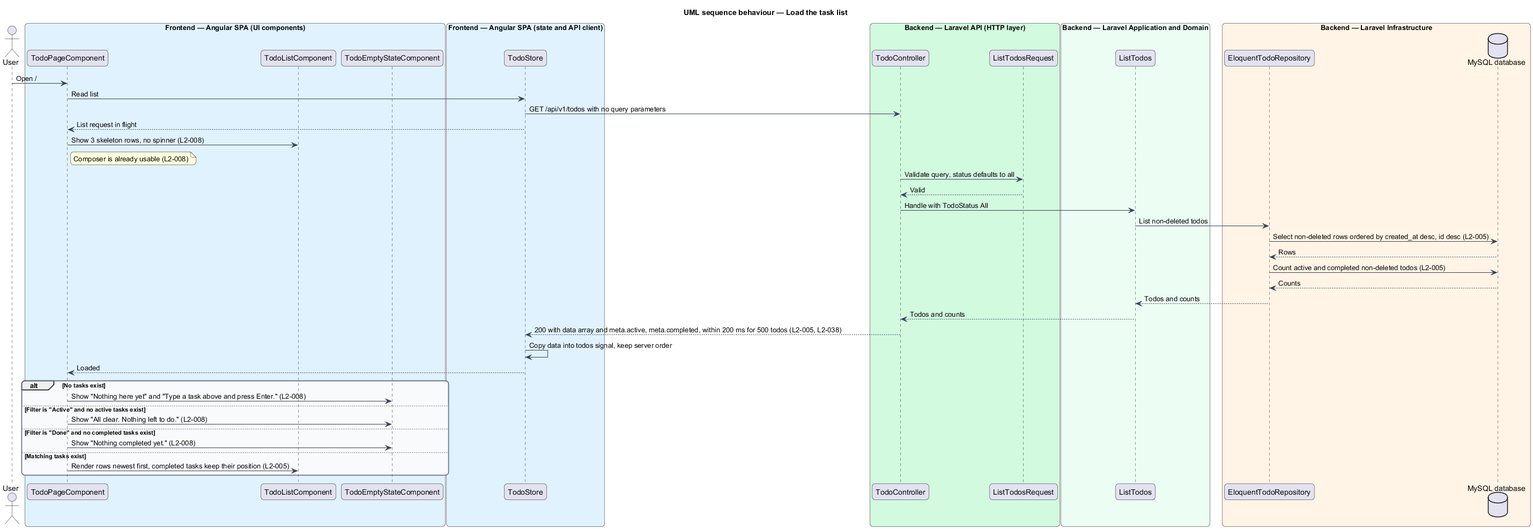
Earlier version of the PlantUML export docs/detailed-designs/task-browsing/list-tasks/diagrams/sequence-load-list.png (QuinntyneBrown/php-todo-lab).
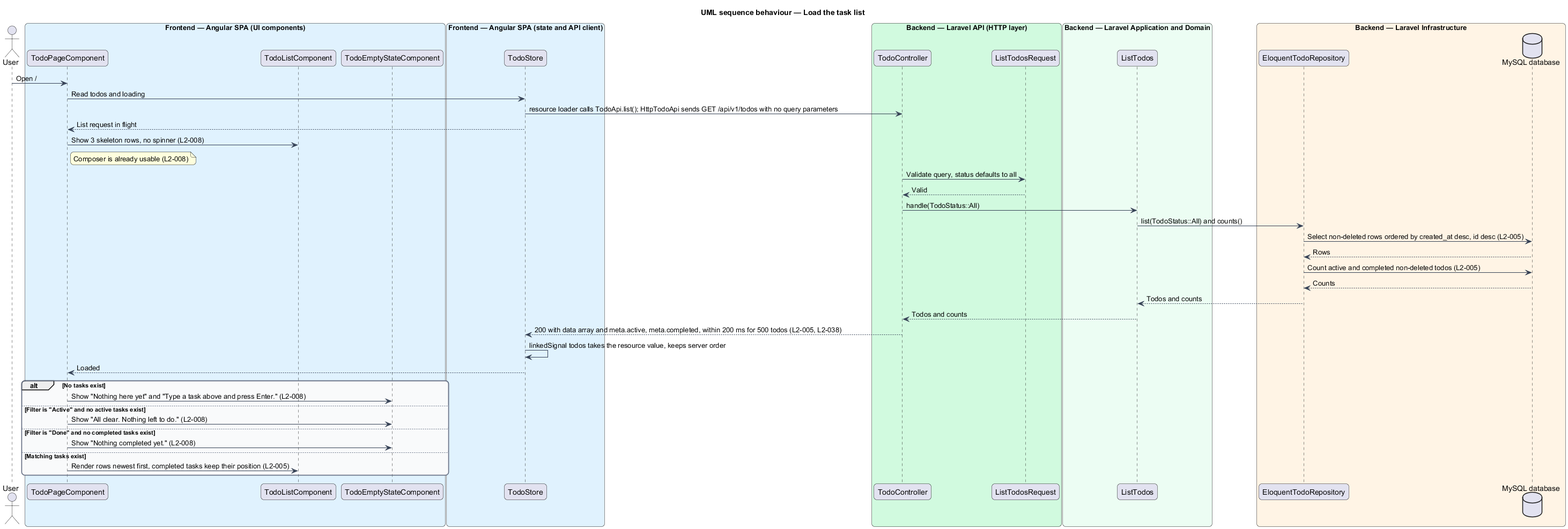
Later version of the same file.

Change to the diagram source:
```diff
@@ -35,15 +35,15 @@
   database "MySQL database" as db
 end box
 user -> page : Open /
-page -> store : Read list
-store -> controller : GET /api/v1/todos with no query parameters
+page -> store : Read todos and loading
+store -> controller : resource loader calls TodoApi.list(); HttpTodoApi sends GET /api/v1/todos with no query parameters
 store --> page : List request in flight
 page -> list : Show 3 skeleton rows, no spinner (L2-008)
 note right of page : Composer is already usable (L2-008)
 controller -> request : Validate query, status defaults to all
 request --> controller : Valid
-controller -> action : Handle with TodoStatus All
-action -> repo : List non-deleted todos
+controller -> action : handle(TodoStatus::All)
+action -> repo : list(TodoStatus::All) and counts()
 repo -> db : Select non-deleted rows ordered by created_at desc, id desc (L2-005)
 db --> repo : Rows
 repo -> db : Count active and completed non-deleted todos (L2-005)
@@ -51,7 +51,7 @@
 repo --> action : Todos and counts
 action --> controller : Todos and counts
 controller --> store : 200 with data array and meta.active, meta.completed, within 200 ms for 500 todos (L2-005, L2-038)
-store -> store : Copy data into todos signal, keep server order
+store -> store : linkedSignal todos takes the resource value, keeps server order
 store --> page : Loaded
 alt No tasks exist
   page -> empty : Show "Nothing here yet" and "Type a task above and press Enter." (L2-008)
```
